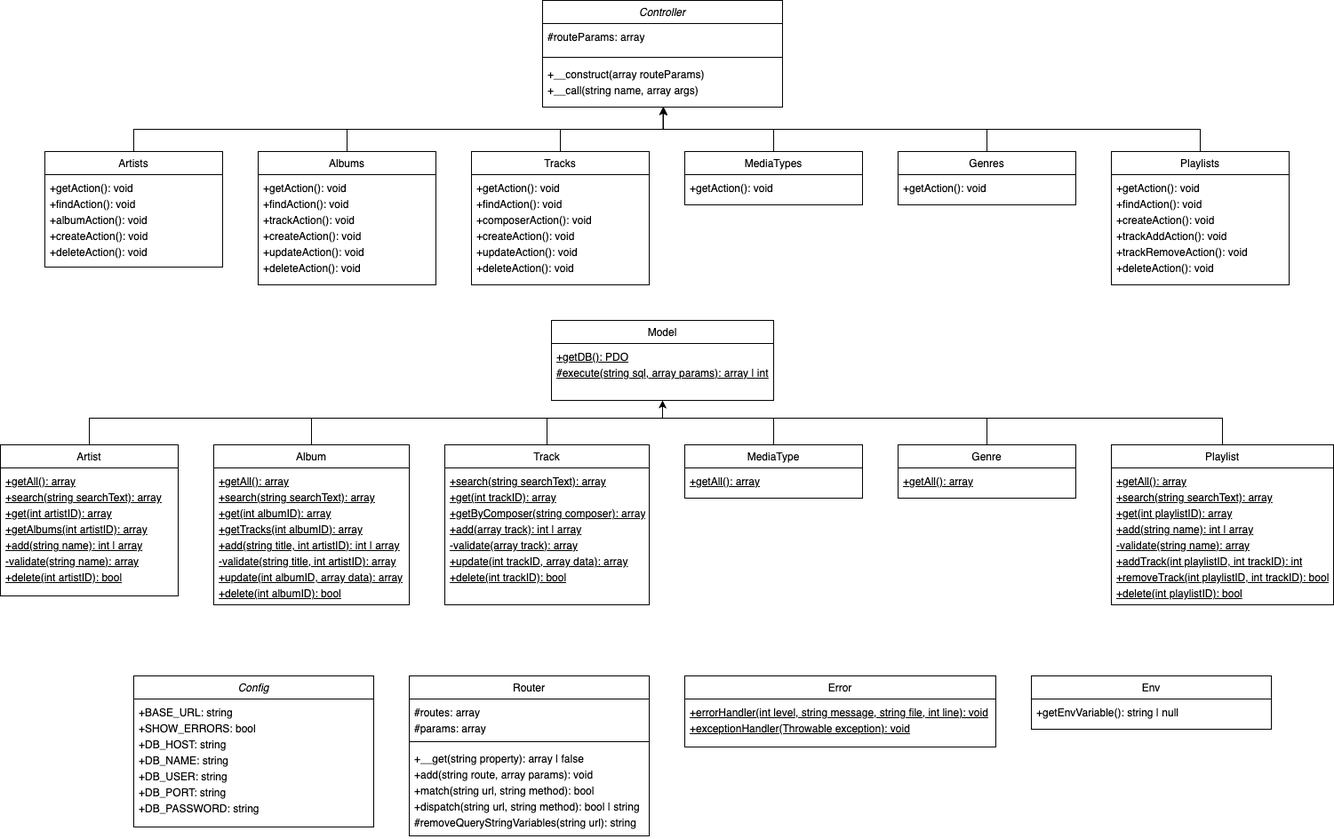
This is documentation/class_diagrams.drawio.png from FrejaFischer/music_storage, a draw.io export, as it was before one commit. Source tidied: cells renumbered, new cells last; positions are measured from the earlier drawing's top-left corner, leaving out a move shared by most shapes.
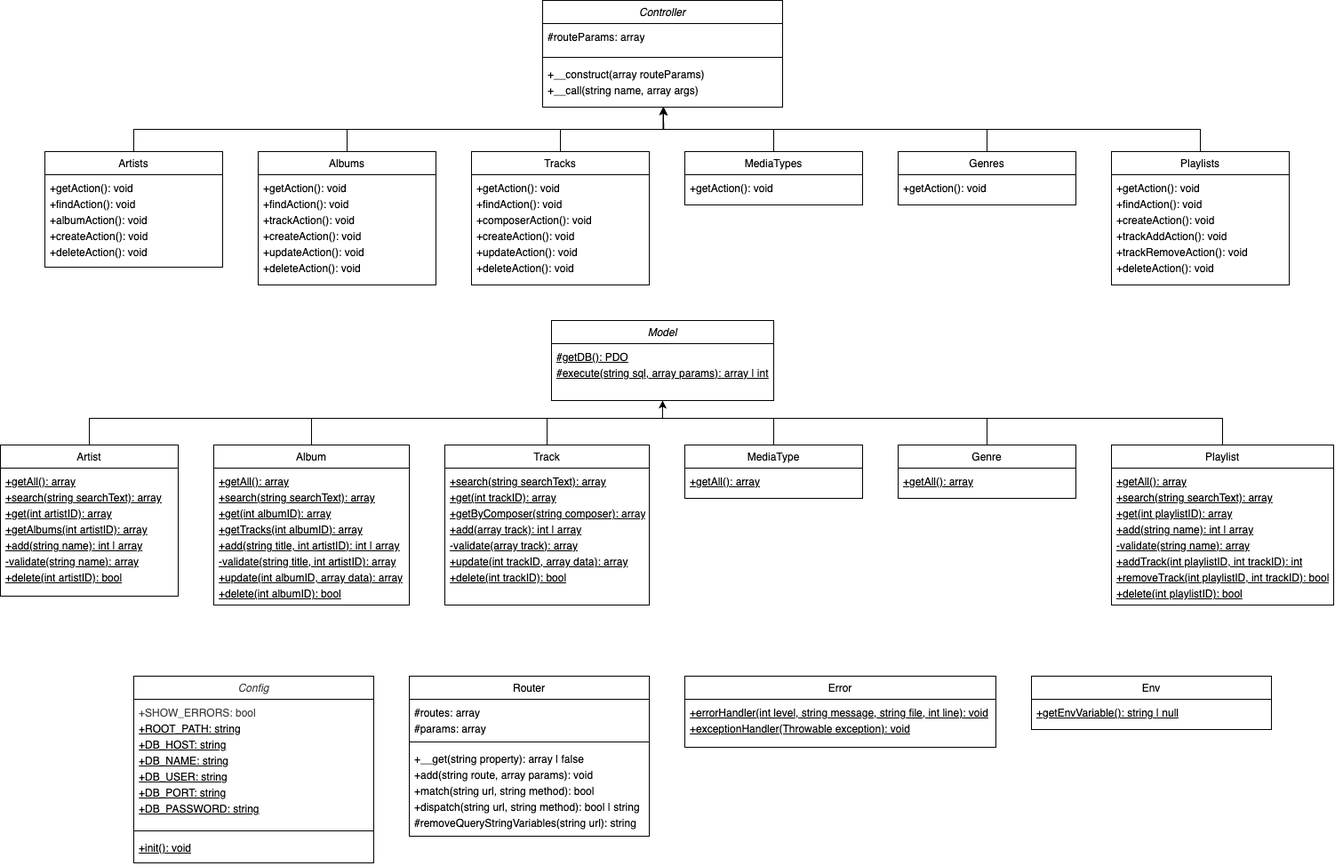
Later version of the same file.

Commit message:
updated class diagrams for Config and Model

What changed in the source:
```diff
@@ -128,10 +128,10 @@
     <mxCell id="33" value="&lt;div style=&quot;line-height: 150%;&quot;&gt;&lt;font&gt;&lt;span&gt;&lt;span&gt;+getAction(): void&lt;br&gt;+findAction(): void&lt;/span&gt;&lt;/span&gt;&lt;/font&gt;&lt;/div&gt;&lt;div style=&quot;line-height: 150%;&quot;&gt;&lt;font&gt;&lt;span&gt;&lt;span&gt;+createAction(): void&lt;br&gt;&lt;/span&gt;&lt;/span&gt;&lt;/font&gt;&lt;/div&gt;&lt;div style=&quot;line-height: 150%;&quot;&gt;&lt;font&gt;+trackAddAction(): void&lt;span&gt;&lt;span&gt;&lt;br&gt;&lt;/span&gt;&lt;/span&gt;&lt;/font&gt;&lt;/div&gt;&lt;div style=&quot;line-height: 150%;&quot;&gt;&lt;font&gt;+trackRemoveAction(): void&lt;span&gt;&lt;span&gt;&lt;br&gt;&lt;/span&gt;&lt;/span&gt;&lt;/font&gt;&lt;/div&gt;&lt;div style=&quot;line-height: 150%;&quot;&gt;&lt;font&gt;+deleteAction(): void&lt;/font&gt;&lt;/div&gt;" style="text;align=left;verticalAlign=top;spacingLeft=4;spacingRight=4;overflow=hidden;fontStyle=0;spacingTop=0;spacing=2;html=1;" parent="32" vertex="1">
       <mxGeometry y="26" width="200" height="124" as="geometry" />
     </mxCell>
-    <mxCell id="34" value="Model" style="swimlane;fontStyle=0;align=center;verticalAlign=top;horizontal=1;startSize=26;rounded=0;shadow=0;strokeWidth=1;" parent="1" vertex="1">
+    <mxCell id="34" value="Model" style="swimlane;fontStyle=2;align=center;verticalAlign=top;horizontal=1;startSize=26;rounded=0;shadow=0;strokeWidth=1;" parent="1" vertex="1">
       <mxGeometry x="620" y="360" width="250" height="90" as="geometry" />
     </mxCell>
-    <mxCell id="35" value="&lt;div style=&quot;line-height: 150%;&quot;&gt;+getDB(): PDO&lt;br&gt;&lt;/div&gt;&lt;div style=&quot;line-height: 150%;&quot;&gt;#execute(string sql, array params): array | int&lt;/div&gt;" style="text;align=left;verticalAlign=top;spacingLeft=4;spacingRight=4;overflow=hidden;fontStyle=4;spacingTop=0;spacing=2;html=1;" parent="34" vertex="1">
+    <mxCell id="35" value="&lt;div style=&quot;line-height: 150%;&quot;&gt;#getDB(): PDO&lt;br&gt;&lt;/div&gt;&lt;div style=&quot;line-height: 150%;&quot;&gt;#execute(string sql, array params): array | int&lt;/div&gt;" style="text;align=left;verticalAlign=top;spacingLeft=4;spacingRight=4;overflow=hidden;fontStyle=4;spacingTop=0;spacing=2;html=1;" parent="34" vertex="1">
       <mxGeometry y="26" width="250" height="54" as="geometry" />
     </mxCell>
     <mxCell id="36" value="&lt;span style=&quot;font-weight: normal;&quot;&gt;Router&lt;/span&gt;" style="swimlane;fontStyle=1;align=center;verticalAlign=top;horizontal=1;startSize=26;whiteSpace=wrap;html=1;" parent="1" vertex="1">
@@ -164,16 +164,10 @@
     <mxCell id="45" value="&lt;div style=&quot;line-height: 150%;&quot;&gt;&lt;font&gt;&lt;span&gt;&lt;span&gt;&lt;u&gt;+errorHandler(int level, string message, string file, int line): void&lt;/u&gt;&lt;br&gt;&lt;/span&gt;&lt;/span&gt;&lt;/font&gt;&lt;/div&gt;&lt;div style=&quot;line-height: 150%;&quot;&gt;&lt;font&gt;&lt;span&gt;&lt;span&gt;&lt;u&gt;+exceptionHandler(Throwable exception): void&lt;/u&gt;&lt;/span&gt;&lt;/span&gt;&lt;/font&gt;&lt;/div&gt;" style="text;align=left;verticalAlign=top;spacingLeft=4;spacingRight=4;overflow=hidden;fontStyle=0;spacingTop=0;spacing=2;html=1;" parent="44" vertex="1">
       <mxGeometry y="26" width="350" height="54" as="geometry" />
     </mxCell>
-    <mxCell id="46" value="&lt;span style=&quot;font-weight: normal;&quot;&gt;&lt;i&gt;Config&lt;/i&gt;&lt;/span&gt;" style="swimlane;fontStyle=1;align=center;verticalAlign=top;horizontal=1;startSize=26;whiteSpace=wrap;html=1;" parent="1" vertex="1">
-      <mxGeometry x="150" y="760" width="270" height="170" as="geometry" />
-    </mxCell>
-    <mxCell id="47" value="&lt;div style=&quot;line-height: 150%;&quot;&gt;+BASE_URL: string&lt;/div&gt;&lt;div style=&quot;line-height: 150%;&quot;&gt;+SHOW_ERRORS: bool&lt;/div&gt;&lt;div style=&quot;line-height: 150%;&quot;&gt;+DB_HOST: string&lt;/div&gt;&lt;div style=&quot;line-height: 150%;&quot;&gt;+DB_NAME: string&lt;/div&gt;&lt;div style=&quot;line-height: 150%;&quot;&gt;+DB_USER: string&lt;/div&gt;&lt;div style=&quot;line-height: 150%;&quot;&gt;+DB_PORT: string&lt;/div&gt;&lt;div style=&quot;line-height: 150%;&quot;&gt;+DB_PASSWORD: string&lt;/div&gt;" style="text;strokeColor=none;fillColor=none;align=left;verticalAlign=top;spacingLeft=4;spacingRight=4;overflow=hidden;whiteSpace=wrap;html=1;" parent="46" vertex="1">
-      <mxGeometry y="26" width="270" height="144" as="geometry" />
-    </mxCell>
     <mxCell id="48" value="&lt;span style=&quot;font-weight: normal;&quot;&gt;Env&lt;/span&gt;" style="swimlane;fontStyle=1;align=center;verticalAlign=top;horizontal=1;startSize=26;whiteSpace=wrap;html=1;" parent="1" vertex="1">
       <mxGeometry x="1160" y="760" width="270" height="60" as="geometry" />
     </mxCell>
-    <mxCell id="49" value="&lt;div style=&quot;line-height: 150%;&quot;&gt;+getEnvVariable(): string | null&lt;/div&gt;" style="text;strokeColor=none;fillColor=none;align=left;verticalAlign=top;spacingLeft=4;spacingRight=4;overflow=hidden;whiteSpace=wrap;html=1;" parent="48" vertex="1">
+    <mxCell id="49" value="&lt;div style=&quot;line-height: 150%;&quot;&gt;&lt;u&gt;+getEnvVariable(): string | null&lt;/u&gt;&lt;/div&gt;" style="text;strokeColor=none;fillColor=none;align=left;verticalAlign=top;spacingLeft=4;spacingRight=4;overflow=hidden;whiteSpace=wrap;html=1;" parent="48" vertex="1">
       <mxGeometry y="26" width="270" height="34" as="geometry" />
     </mxCell>
     <mxCell id="50" style="edgeStyle=orthogonalEdgeStyle;rounded=0;jettySize=auto;html=1;entryX=0.504;entryY=0.998;entryDx=0;entryDy=0;entryPerimeter=0;" parent="1" edge="1" source="21" target="43">
@@ -193,5 +187,17 @@
         </Array>
       </mxGeometry>
     </mxCell>
+    <mxCell id="46" value="&lt;i style=&quot;color: rgb(63, 63, 63); font-weight: 400;&quot;&gt;Config&lt;/i&gt;" style="swimlane;fontStyle=1;align=center;verticalAlign=top;horizontal=1;startSize=26;whiteSpace=wrap;html=1;" parent="1" vertex="1">
+      <mxGeometry x="150" y="760" width="270" height="210" as="geometry" />
+    </mxCell>
+    <mxCell id="54" value="&lt;div style=&quot;line-height: 150%;&quot;&gt;&lt;div style=&quot;line-height: 18px;&quot;&gt;&lt;span style=&quot;color: rgb(63, 63, 63);&quot;&gt;+SHOW_ERRORS: bool&lt;/span&gt;&lt;u&gt;&lt;/u&gt;&lt;/div&gt;&lt;div style=&quot;line-height: 18px;&quot;&gt;&lt;u&gt;+ROOT_PATH: string&lt;/u&gt;&lt;/div&gt;&lt;div style=&quot;line-height: 18px;&quot;&gt;&lt;u&gt;+DB_HOST: string&lt;/u&gt;&lt;/div&gt;&lt;div style=&quot;line-height: 18px;&quot;&gt;&lt;u&gt;+DB_NAME: string&lt;/u&gt;&lt;/div&gt;&lt;div style=&quot;line-height: 18px;&quot;&gt;&lt;u&gt;+DB_USER: string&lt;/u&gt;&lt;/div&gt;&lt;div style=&quot;line-height: 18px;&quot;&gt;&lt;u&gt;+DB_PORT: string&lt;/u&gt;&lt;/div&gt;&lt;div style=&quot;line-height: 18px;&quot;&gt;&lt;u&gt;+DB_PASSWORD: string&lt;/u&gt;&lt;/div&gt;&lt;/div&gt;" style="text;strokeColor=none;fillColor=none;align=left;verticalAlign=top;spacingLeft=4;spacingRight=4;overflow=hidden;whiteSpace=wrap;html=1;" parent="46" vertex="1">
+      <mxGeometry y="26" width="270" height="144" as="geometry" />
+    </mxCell>
+    <mxCell id="55" style="line;strokeWidth=1;fillColor=none;align=left;verticalAlign=middle;spacingTop=-1;spacingLeft=3;spacingRight=3;labelPosition=right;strokeColor=inherit;" parent="46" vertex="1">
+      <mxGeometry y="170" width="270" height="8" as="geometry" />
+    </mxCell>
+    <mxCell id="56" value="&lt;div style=&quot;line-height: 150%;&quot;&gt;&lt;u&gt;+init(): void&lt;/u&gt;&lt;div&gt;&lt;/div&gt;&lt;/div&gt;" style="text;strokeColor=none;fillColor=none;align=left;verticalAlign=top;spacingLeft=4;spacingRight=4;overflow=hidden;whiteSpace=wrap;html=1;" parent="46" vertex="1">
+      <mxGeometry y="178" width="270" height="32" as="geometry" />
+    </mxCell>
   </root>
 </mxGraphModel>
```
